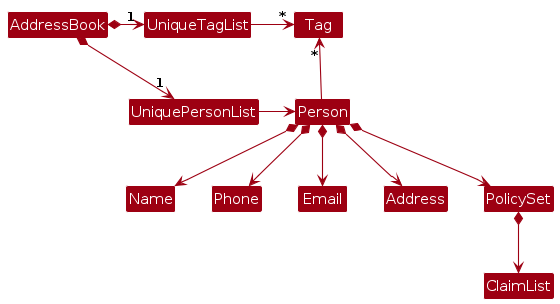
AY2425S1-CS2103T-T14-1/tp keeps this PlantUML diagram as diagrams/BetterModelClassDiagram.png. Above is the earlier version. Its source is kept beside it as diagrams/BetterModelClassDiagram.puml.
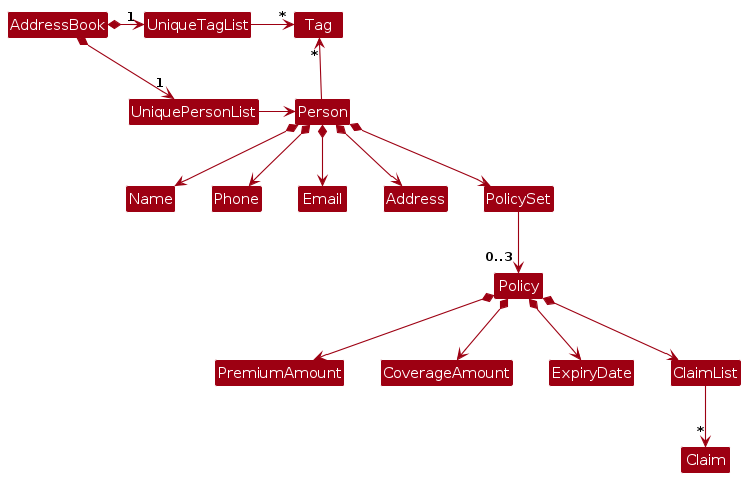
Later version of the same file.

Change to the diagram source:
```diff
@@ -19,6 +19,14 @@
 Person *--> Email
 Person *--> Address
 Person *--> PolicySet
-PolicySet *--> ClaimList
+
+PolicySet --> "0..3" Policy
+
+Policy *--> PremiumAmount
+Policy *--> CoverageAmount
+Policy *--> ExpiryDate
+Policy *--> ClaimList
+
+ClaimList --> "*" Claim
 
 @enduml
```
